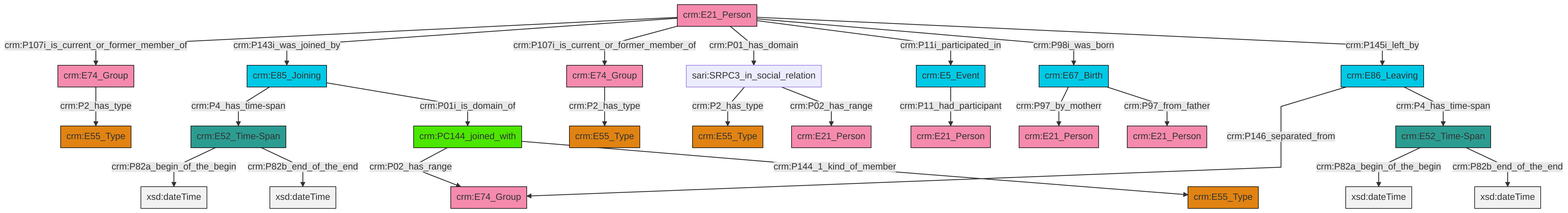
This is et/personCSV/ttl/mmd/png/Person_Actor_Relations.png from swiss-art-research-net/docs.swissartresearch, a Mermaid export, as it was before one commit. Its source is kept beside it as et/personCSV/ttl/mmd/Person_Actor_Relations.ttl.mmd.
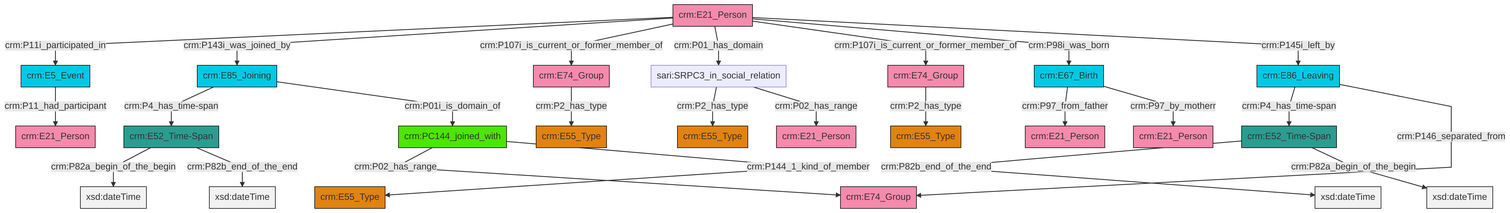
The same diagram one commit later.

Change to the diagram source:
```diff
@@ -13,27 +13,27 @@
 classDef PC_Classes fill:#4ce600, stroke:#000000;
 classDef Multi fill:#cccccc,stroke:#000000;
 
-0["crm:E67_Birth"]:::Temporal_Entity -->|crm:P97_by_motherr| 1["crm:E21_Person"]:::Actor
-2["crm:E52_Time-Span"]:::Time-Span -->|crm:P82a_begin_of_the_begin| 3[xsd:dateTime]:::Literal
-4["crm:E85_Joining"]:::Temporal_Entity -->|crm:P4_has_time-span| 5["crm:E52_Time-Span"]:::Time-Span
-7["crm:E21_Person"]:::Actor -->|crm:P107i_is_current_or_former_member_of| 8["crm:E74_Group"]:::Actor
-8["crm:E74_Group"]:::Actor -->|crm:P2_has_type| 9["crm:E55_Type"]:::Type
-5["crm:E52_Time-Span"]:::Time-Span -->|crm:P82a_begin_of_the_begin| 18[xsd:dateTime]:::Literal
-4["crm:E85_Joining"]:::Temporal_Entity -->|crm:P01i_is_domain_of| 24["crm:PC144_joined_with"]:::PC_Classes
-25["sari:SRPC3_in_social_relation"]:::Default -->|crm:P2_has_type| 26["crm:E55_Type"]:::Type
-7["crm:E21_Person"]:::Actor -->|crm:P143i_was_joined_by| 4["crm:E85_Joining"]:::Temporal_Entity
-7["crm:E21_Person"]:::Actor -->|crm:P107i_is_current_or_former_member_of| 22["crm:E74_Group"]:::Actor
-7["crm:E21_Person"]:::Actor -->|crm:P01_has_domain| 25["sari:SRPC3_in_social_relation"]:::Default
-24["crm:PC144_joined_with"]:::PC_Classes -->|crm:P02_has_range| 15["crm:E74_Group"]:::Actor
-11["crm:E86_Leaving"]:::Temporal_Entity -->|crm:P146_separated_from| 15["crm:E74_Group"]:::Actor
-7["crm:E21_Person"]:::Actor -->|crm:P11i_participated_in| 30["crm:E5_Event"]:::Temporal_Entity
-2["crm:E52_Time-Span"]:::Time-Span -->|crm:P82b_end_of_the_end| 33[xsd:dateTime]:::Literal
-30["crm:E5_Event"]:::Temporal_Entity -->|crm:P11_had_participant| 27["crm:E21_Person"]:::Actor
-11["crm:E86_Leaving"]:::Temporal_Entity -->|crm:P4_has_time-span| 2["crm:E52_Time-Span"]:::Time-Span
-0["crm:E67_Birth"]:::Temporal_Entity -->|crm:P97_from_father| 39["crm:E21_Person"]:::Actor
-7["crm:E21_Person"]:::Actor -->|crm:P98i_was_born| 0["crm:E67_Birth"]:::Temporal_Entity
-22["crm:E74_Group"]:::Actor -->|crm:P2_has_type| 13["crm:E55_Type"]:::Type
-25["sari:SRPC3_in_social_relation"]:::Default -->|crm:P02_has_range| 44["crm:E21_Person"]:::Actor
-5["crm:E52_Time-Span"]:::Time-Span -->|crm:P82b_end_of_the_end| 46[xsd:dateTime]:::Literal
-24["crm:PC144_joined_with"]:::PC_Classes -->|crm:P144_1_kind_of_member| 20["crm:E55_Type"]:::Type
-7["crm:E21_Person"]:::Actor -->|crm:P145i_left_by| 11["crm:E86_Leaving"]:::Temporal_Entity
+0["crm:PC144_joined_with"]:::PC_Classes -->|crm:P02_has_range| 1["crm:E74_Group"]:::Actor
+2["crm:E21_Person"]:::Actor -->|crm:P11i_participated_in| 3["crm:E5_Event"]:::Temporal_Entity
+0["crm:PC144_joined_with"]:::PC_Classes -->|crm:P144_1_kind_of_member| 7["crm:E55_Type"]:::Type
+16["sari:SRPC3_in_social_relation"]:::Default -->|crm:P2_has_type| 17["crm:E55_Type"]:::Type
+18["crm:E86_Leaving"]:::Temporal_Entity -->|crm:P4_has_time-span| 8["crm:E52_Time-Span"]:::Time-Span
+20["crm:E67_Birth"]:::Temporal_Entity -->|crm:P97_from_father| 4["crm:E21_Person"]:::Actor
+2["crm:E21_Person"]:::Actor -->|crm:P143i_was_joined_by| 21["crm:E85_Joining"]:::Temporal_Entity
+21["crm:E85_Joining"]:::Temporal_Entity -->|crm:P4_has_time-span| 10["crm:E52_Time-Span"]:::Time-Span
+8["crm:E52_Time-Span"]:::Time-Span -->|crm:P82b_end_of_the_end| 25[xsd:dateTime]:::Literal
+10["crm:E52_Time-Span"]:::Time-Span -->|crm:P82a_begin_of_the_begin| 28[xsd:dateTime]:::Literal
+8["crm:E52_Time-Span"]:::Time-Span -->|crm:P82a_begin_of_the_begin| 35[xsd:dateTime]:::Literal
+2["crm:E21_Person"]:::Actor -->|crm:P107i_is_current_or_former_member_of| 22["crm:E74_Group"]:::Actor
+2["crm:E21_Person"]:::Actor -->|crm:P01_has_domain| 16["sari:SRPC3_in_social_relation"]:::Default
+16["sari:SRPC3_in_social_relation"]:::Default -->|crm:P02_has_range| 37["crm:E21_Person"]:::Actor
+21["crm:E85_Joining"]:::Temporal_Entity -->|crm:P01i_is_domain_of| 0["crm:PC144_joined_with"]:::PC_Classes
+10["crm:E52_Time-Span"]:::Time-Span -->|crm:P82b_end_of_the_end| 38[xsd:dateTime]:::Literal
+2["crm:E21_Person"]:::Actor -->|crm:P107i_is_current_or_former_member_of| 39["crm:E74_Group"]:::Actor
+2["crm:E21_Person"]:::Actor -->|crm:P98i_was_born| 20["crm:E67_Birth"]:::Temporal_Entity
+3["crm:E5_Event"]:::Temporal_Entity -->|crm:P11_had_participant| 26["crm:E21_Person"]:::Actor
+39["crm:E74_Group"]:::Actor -->|crm:P2_has_type| 33["crm:E55_Type"]:::Type
+22["crm:E74_Group"]:::Actor -->|crm:P2_has_type| 30["crm:E55_Type"]:::Type
+2["crm:E21_Person"]:::Actor -->|crm:P145i_left_by| 18["crm:E86_Leaving"]:::Temporal_Entity
+20["crm:E67_Birth"]:::Temporal_Entity -->|crm:P97_by_motherr| 14["crm:E21_Person"]:::Actor
+18["crm:E86_Leaving"]:::Temporal_Entity -->|crm:P146_separated_from| 1["crm:E74_Group"]:::Actor
```
